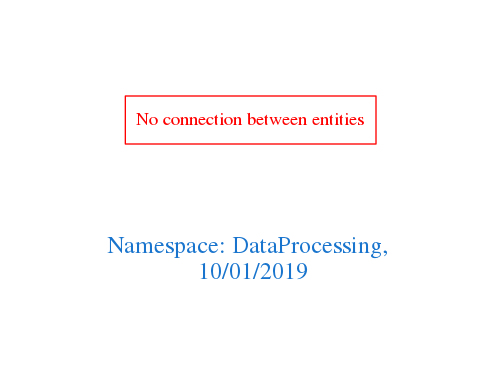
Earlier version of the Graphviz export downloads/DataProcessing.png (arago/OGIT). Its source is kept beside it as downloads/DataProcessing.dot.
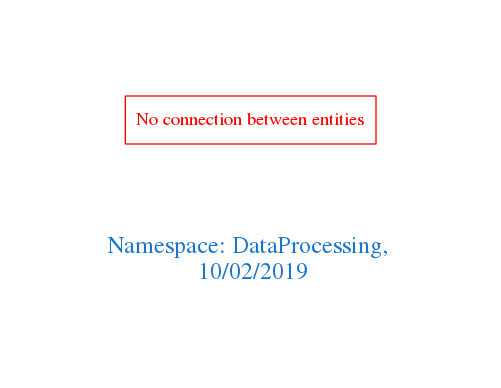
The same file after the commit.

The edit, as a diff of the source:
```diff
@@ -1,7 +1,7 @@
 digraph OGIT_ontology {
  graph [ rankdir= LR,pad=1
 fontsize = 18,
-fontcolor= dodgerblue3,label = "\n\n\nNamespace: DataProcessing, \n 10/01/2019"];
+fontcolor= dodgerblue3,label = "\n\n\nNamespace: DataProcessing, \n 10/02/2019"];
 node[shape=polygon];
 edge [  color="gray81"];
 
```
